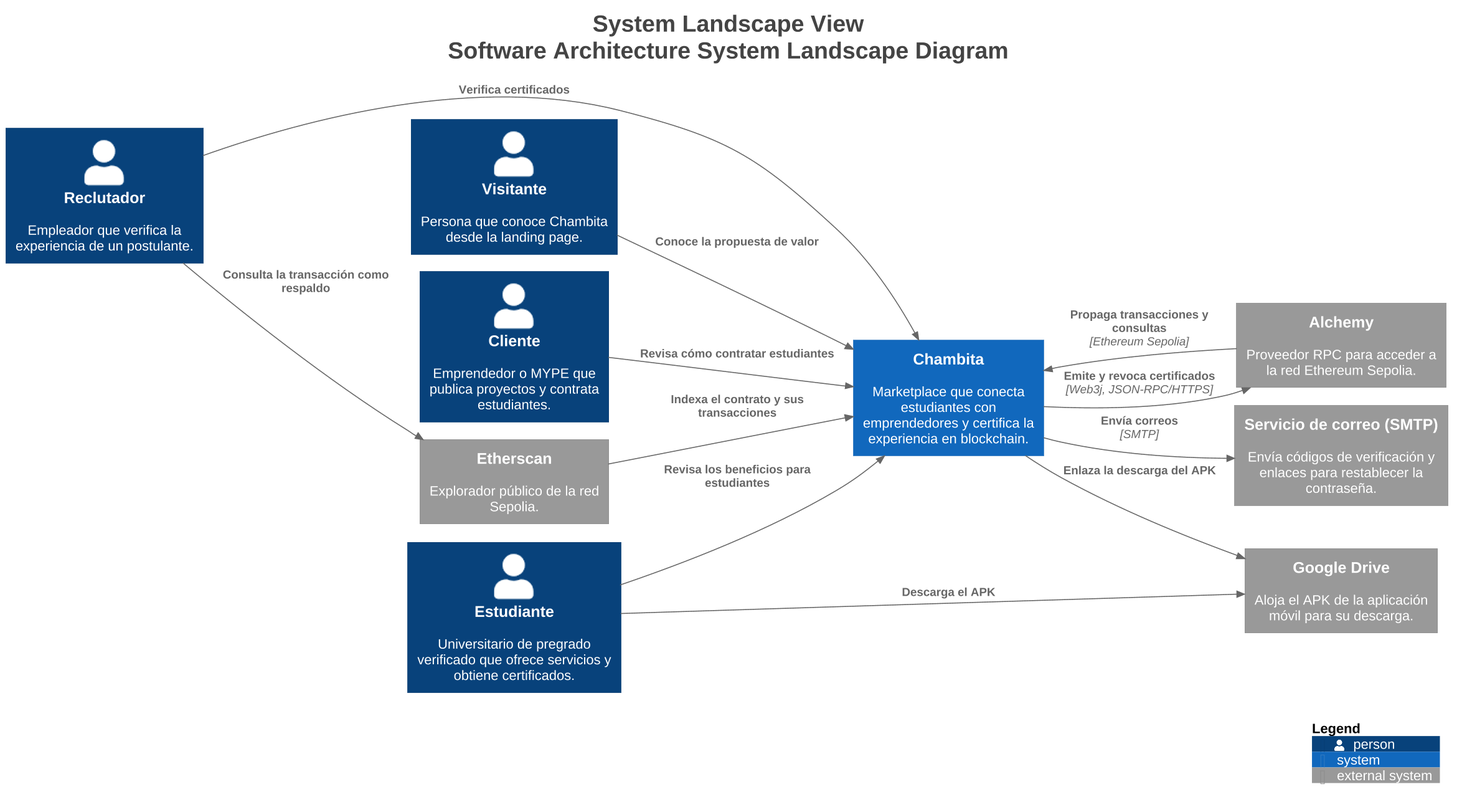
The PlantUML diagram img/cap 4/c4-landscape.png in 1ASI0728-2620-9075-Chambita/1ASI0728-2620-9075-TF-Report, before a commit. Its diagram source:
```plantuml
@startuml
skinparamlocked dpi 150
!pragma layout smetana
title <size:24>System Landscape View</size>\n<size:24>Software Architecture System Landscape Diagram</size>

set separator none
left to right direction

<style>
  root {
    BackgroundColor: #ffffff
    FontColor: #444444
  }
</style>

!include <C4/C4>
!include <C4/C4_Context>

Person(Visitante, "Visitante", $descr="Persona que conoce Chambita desde la landing page.", $tags="", $link="")
Person(Estudiante, "Estudiante", $descr="Universitario de pregrado verificado que ofrece servicios y obtiene certificados.", $tags="", $link="")
Person(Cliente, "Cliente", $descr="Emprendedor o MYPE que publica proyectos y contrata estudiantes.", $tags="", $link="")
System_Ext(Alchemy, "Alchemy", $descr="Proveedor RPC para acceder a la red Ethereum Sepolia.", $tags="", $link="")
System_Ext(ServiciodecorreoSMTP, "Servicio de correo (SMTP)", $descr="Envía códigos de verificación y enlaces para restablecer la contraseña.", $tags="", $link="")
System_Ext(GoogleDrive, "Google Drive", $descr="Aloja el APK de la aplicación móvil para su descarga.", $tags="", $link="")
System_Ext(Etherscan, "Etherscan", $descr="Explorador público de la red Sepolia.", $tags="", $link="")
Person(Reclutador, "Reclutador", $descr="Empleador que verifica la experiencia de un postulante.", $tags="", $link="")
System(Chambita, "Chambita", $descr="Marketplace que conecta estudiantes con emprendedores y certifica la experiencia en blockchain.", $tags="", $link="")

Rel(Visitante, Chambita, "Conoce la propuesta de valor", $techn="", $tags="", $link="")
Rel(Estudiante, Chambita, "Revisa los beneficios para estudiantes", $techn="", $tags="", $link="")
Rel(Estudiante, GoogleDrive, "Descarga el APK", $techn="", $tags="", $link="")
Rel(Cliente, Chambita, "Revisa cómo contratar estudiantes", $techn="", $tags="", $link="")
Rel(Reclutador, Chambita, "Verifica certificados", $techn="", $tags="", $link="")
Rel(Reclutador, Etherscan, "Consulta la transacción como respaldo", $techn="", $tags="", $link="")
Rel(Chambita, GoogleDrive, "Enlaza la descarga del APK", $techn="", $tags="", $link="")
Rel(Chambita, ServiciodecorreoSMTP, "Envía correos", $techn="SMTP", $tags="", $link="")
Rel(Chambita, Alchemy, "Emite y revoca certificados", $techn="Web3j, JSON-RPC/HTTPS", $tags="", $link="")
Rel(Alchemy, Chambita, "Propaga transacciones y consultas", $techn="Ethereum Sepolia", $tags="", $link="")
Rel(Etherscan, Chambita, "Indexa el contrato y sus transacciones", $techn="", $tags="", $link="")

SHOW_LEGEND(true)
hide stereotypes
@enduml
```
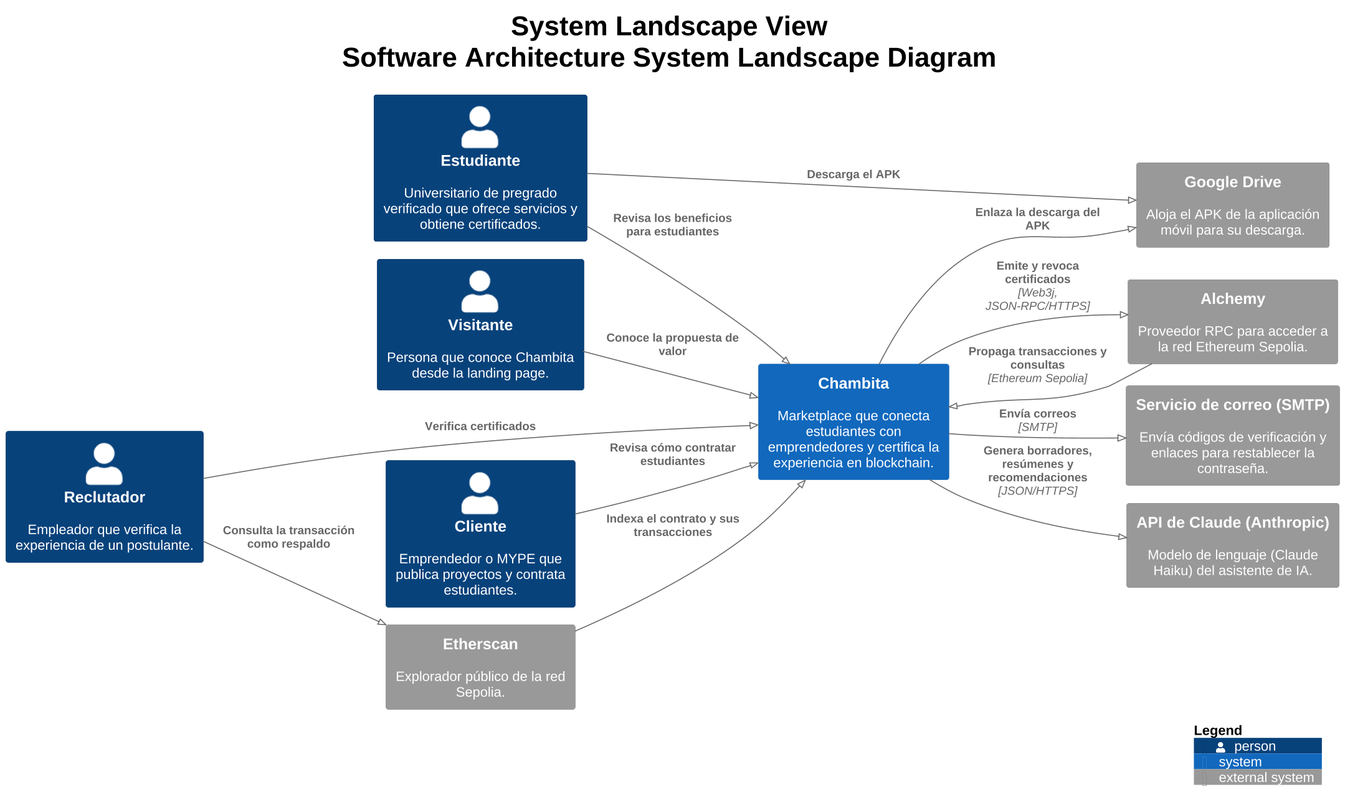
After the change.

Change to the diagram source:
```diff
@@ -1,17 +1,11 @@
 @startuml
 skinparamlocked dpi 150
 !pragma layout smetana
-title <size:24>System Landscape View</size>\n<size:24>Software Architecture System Landscape Diagram</size>
+set separator none
+skinparam TitleFontSize 28
+title System Landscape View\nSoftware Architecture System Landscape Diagram
 
-set separator none
 left to right direction
-
-<style>
-  root {
-    BackgroundColor: #ffffff
-    FontColor: #444444
-  }
-</style>
 
 !include <C4/C4>
 !include <C4/C4_Context>
@@ -23,6 +17,7 @@
 System_Ext(ServiciodecorreoSMTP, "Servicio de correo (SMTP)", $descr="Envía códigos de verificación y enlaces para restablecer la contraseña.", $tags="", $link="")
 System_Ext(GoogleDrive, "Google Drive", $descr="Aloja el APK de la aplicación móvil para su descarga.", $tags="", $link="")
 System_Ext(Etherscan, "Etherscan", $descr="Explorador público de la red Sepolia.", $tags="", $link="")
+System_Ext(APIdeClaudeAnthropic, "API de Claude (Anthropic)", $descr="Modelo de lenguaje (Claude Haiku) del asistente de IA.", $tags="", $link="")
 Person(Reclutador, "Reclutador", $descr="Empleador que verifica la experiencia de un postulante.", $tags="", $link="")
 System(Chambita, "Chambita", $descr="Marketplace que conecta estudiantes con emprendedores y certifica la experiencia en blockchain.", $tags="", $link="")
 
@@ -35,9 +30,9 @@
 Rel(Chambita, GoogleDrive, "Enlaza la descarga del APK", $techn="", $tags="", $link="")
 Rel(Chambita, ServiciodecorreoSMTP, "Envía correos", $techn="SMTP", $tags="", $link="")
 Rel(Chambita, Alchemy, "Emite y revoca certificados", $techn="Web3j, JSON-RPC/HTTPS", $tags="", $link="")
+Rel(Chambita, APIdeClaudeAnthropic, "Genera borradores, resúmenes y recomendaciones", $techn="JSON/HTTPS", $tags="", $link="")
 Rel(Alchemy, Chambita, "Propaga transacciones y consultas", $techn="Ethereum Sepolia", $tags="", $link="")
 Rel(Etherscan, Chambita, "Indexa el contrato y sus transacciones", $techn="", $tags="", $link="")
 
 SHOW_LEGEND(true)
-hide stereotypes
 @enduml
```
